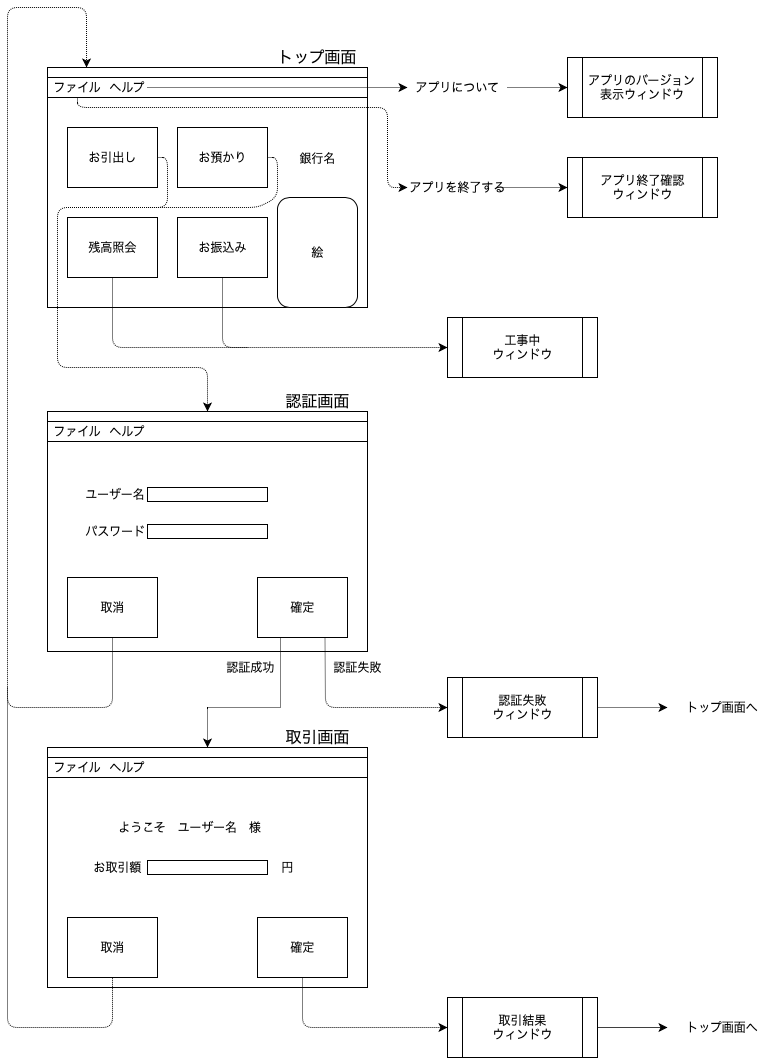
Earlier version of the draw.io export screen_design.png (YusukeWat/intern-winter-2019). Source tidied: cells renumbered, new cells last; positions are measured from the earlier drawing's top-left corner, leaving out a move shared by most shapes. Source of this version:
```xml
<mxGraphModel>
  <root>
    <mxCell id="0" />
    <mxCell id="1" parent="0" />
    <mxCell id="2" style="group;" parent="1" vertex="1">
      <mxGeometry x="40" y="60" width="350" height="240" as="geometry" />
    </mxCell>
    <mxCell id="3" style="group;" parent="2" vertex="1">
      <mxGeometry width="350" height="240" as="geometry" />
    </mxCell>
    <mxCell id="4" style="rounded=0;whiteSpace=wrap;html=1;" parent="3" vertex="1">
      <mxGeometry width="320" height="240" as="geometry" />
    </mxCell>
    <mxCell id="5" style="rounded=0;whiteSpace=wrap;html=1;" parent="3" vertex="1">
      <mxGeometry width="320" height="10" as="geometry" />
    </mxCell>
    <mxCell id="6" style="rounded=0;whiteSpace=wrap;html=1;" parent="3" vertex="1">
      <mxGeometry y="10" width="320" height="20" as="geometry" />
    </mxCell>
    <mxCell id="7" value="お預かり" style="rounded=0;whiteSpace=wrap;html=1;" parent="3" vertex="1">
      <mxGeometry x="130" y="60" width="90" height="60" as="geometry" />
    </mxCell>
    <mxCell id="8" value="お振込み" style="rounded=0;whiteSpace=wrap;html=1;" parent="3" vertex="1">
      <mxGeometry x="130" y="150" width="90" height="60" as="geometry" />
    </mxCell>
    <mxCell id="9" value="絵" style="rounded=1;whiteSpace=wrap;html=1;" parent="3" vertex="1">
      <mxGeometry x="230" y="130" width="80" height="110" as="geometry" />
    </mxCell>
    <mxCell id="10" value="銀行名" style="text;html=1;strokeColor=none;fillColor=none;align=center;verticalAlign=middle;whiteSpace=wrap;rounded=0;" parent="3" vertex="1">
      <mxGeometry x="250" y="81" width="40" height="20" as="geometry" />
    </mxCell>
    <mxCell id="11" value="ファイル" style="text;html=1;strokeColor=none;fillColor=none;align=center;verticalAlign=middle;whiteSpace=wrap;rounded=0;" parent="2" vertex="1">
      <mxGeometry y="10" width="60" height="20" as="geometry" />
    </mxCell>
    <mxCell id="12" value="ヘルプ" style="text;html=1;strokeColor=none;fillColor=none;align=center;verticalAlign=middle;whiteSpace=wrap;rounded=0;" parent="2" vertex="1">
      <mxGeometry x="60" y="10" width="40" height="20" as="geometry" />
    </mxCell>
    <mxCell id="13" value="お引出し" style="rounded=0;whiteSpace=wrap;html=1;" parent="1" vertex="1">
      <mxGeometry x="60" y="120" width="90" height="60" as="geometry" />
    </mxCell>
    <mxCell id="14" value="残高照会" style="rounded=0;whiteSpace=wrap;html=1;" parent="1" vertex="1">
      <mxGeometry x="60" y="210" width="90" height="60" as="geometry" />
    </mxCell>
    <mxCell id="15" style="group;" parent="1" vertex="1">
      <mxGeometry x="40" y="404" width="320" height="240" as="geometry" />
    </mxCell>
    <mxCell id="16" style="group;" parent="15" vertex="1">
      <mxGeometry width="320" height="240" as="geometry" />
    </mxCell>
    <mxCell id="17" style="rounded=0;whiteSpace=wrap;html=1;" parent="16" vertex="1">
      <mxGeometry width="320" height="240" as="geometry" />
    </mxCell>
    <mxCell id="18" style="rounded=0;whiteSpace=wrap;html=1;" parent="16" vertex="1">
      <mxGeometry width="320" height="10" as="geometry" />
    </mxCell>
    <mxCell id="19" style="rounded=0;whiteSpace=wrap;html=1;" parent="16" vertex="1">
      <mxGeometry y="10" width="320" height="20" as="geometry" />
    </mxCell>
    <mxCell id="20" style="rounded=0;whiteSpace=wrap;html=1;" parent="16" vertex="1">
      <mxGeometry x="100" y="76" width="120" height="14" as="geometry" />
    </mxCell>
    <mxCell id="21" style="rounded=0;whiteSpace=wrap;html=1;" parent="16" vertex="1">
      <mxGeometry x="100" y="113" width="120" height="14" as="geometry" />
    </mxCell>
    <mxCell id="22" value="取消" style="rounded=0;whiteSpace=wrap;html=1;" parent="16" vertex="1">
      <mxGeometry x="20" y="166" width="90" height="60" as="geometry" />
    </mxCell>
    <mxCell id="23" value="確定" style="rounded=0;whiteSpace=wrap;html=1;" parent="16" vertex="1">
      <mxGeometry x="210" y="166" width="90" height="60" as="geometry" />
    </mxCell>
    <mxCell id="24" value="ユーザー名" style="text;html=1;strokeColor=none;fillColor=none;align=center;verticalAlign=middle;whiteSpace=wrap;rounded=0;" parent="16" vertex="1">
      <mxGeometry x="35" y="73" width="65" height="20" as="geometry" />
    </mxCell>
    <mxCell id="25" value="パスワード" style="text;html=1;strokeColor=none;fillColor=none;align=center;verticalAlign=middle;whiteSpace=wrap;rounded=0;" parent="16" vertex="1">
      <mxGeometry x="32.5" y="110" width="70" height="20" as="geometry" />
    </mxCell>
    <mxCell id="26" value="ファイル" style="text;html=1;strokeColor=none;fillColor=none;align=center;verticalAlign=middle;whiteSpace=wrap;rounded=0;" parent="15" vertex="1">
      <mxGeometry y="10" width="60" height="20" as="geometry" />
    </mxCell>
    <mxCell id="27" value="ヘルプ" style="text;html=1;strokeColor=none;fillColor=none;align=center;verticalAlign=middle;whiteSpace=wrap;rounded=0;" parent="15" vertex="1">
      <mxGeometry x="60" y="10" width="40" height="20" as="geometry" />
    </mxCell>
    <mxCell id="28" style="group;" parent="1" vertex="1">
      <mxGeometry x="40" y="740" width="390" height="240" as="geometry" />
    </mxCell>
    <mxCell id="29" style="group;" parent="28" vertex="1">
      <mxGeometry width="390" height="240" as="geometry" />
    </mxCell>
    <mxCell id="30" style="rounded=0;whiteSpace=wrap;html=1;" parent="29" vertex="1">
      <mxGeometry width="320" height="240" as="geometry" />
    </mxCell>
    <mxCell id="31" style="rounded=0;whiteSpace=wrap;html=1;" parent="29" vertex="1">
      <mxGeometry width="320" height="10" as="geometry" />
    </mxCell>
    <mxCell id="32" style="rounded=0;whiteSpace=wrap;html=1;" parent="29" vertex="1">
      <mxGeometry y="10" width="320" height="20" as="geometry" />
    </mxCell>
    <mxCell id="33" value="ようこそ　ユーザー名　様" style="text;html=1;strokeColor=none;fillColor=none;align=center;verticalAlign=middle;whiteSpace=wrap;rounded=0;" parent="29" vertex="1">
      <mxGeometry x="40" y="70" width="205" height="20" as="geometry" />
    </mxCell>
    <mxCell id="34" style="rounded=0;whiteSpace=wrap;html=1;" parent="29" vertex="1">
      <mxGeometry x="100" y="113" width="120" height="14" as="geometry" />
    </mxCell>
    <mxCell id="35" value="お取引額" style="text;html=1;strokeColor=none;fillColor=none;align=center;verticalAlign=middle;whiteSpace=wrap;rounded=0;" parent="29" vertex="1">
      <mxGeometry x="40" y="110" width="60" height="20" as="geometry" />
    </mxCell>
    <mxCell id="36" value="円" style="text;html=1;strokeColor=none;fillColor=none;align=center;verticalAlign=middle;whiteSpace=wrap;rounded=0;" parent="29" vertex="1">
      <mxGeometry x="220" y="110" width="40" height="20" as="geometry" />
    </mxCell>
    <mxCell id="37" value="取消" style="rounded=0;whiteSpace=wrap;html=1;" parent="29" vertex="1">
      <mxGeometry x="20" y="170" width="90" height="60" as="geometry" />
    </mxCell>
    <mxCell id="38" value="確定" style="rounded=0;whiteSpace=wrap;html=1;" parent="29" vertex="1">
      <mxGeometry x="210" y="170" width="90" height="60" as="geometry" />
    </mxCell>
    <mxCell id="39" value="ファイル" style="text;html=1;strokeColor=none;fillColor=none;align=center;verticalAlign=middle;whiteSpace=wrap;rounded=0;" parent="28" vertex="1">
      <mxGeometry y="10" width="60" height="20" as="geometry" />
    </mxCell>
    <mxCell id="40" value="ヘルプ" style="text;html=1;strokeColor=none;fillColor=none;align=center;verticalAlign=middle;whiteSpace=wrap;rounded=0;" parent="28" vertex="1">
      <mxGeometry x="60" y="10" width="40" height="20" as="geometry" />
    </mxCell>
    <mxCell id="41" style="endArrow=classic;html=1;exitX=1;exitY=0.5;exitDx=0;exitDy=0;entryX=0.5;entryY=0;entryDx=0;entryDy=0;dashed=1;dashPattern=1 1;" parent="1" edge="1" source="13" target="18">
      <mxGeometry relative="1" as="geometry">
        <Array as="points">
          <mxPoint x="160" y="150" />
          <mxPoint x="160" y="200" />
          <mxPoint x="50" y="200" />
          <mxPoint x="50" y="360" />
          <mxPoint x="200" y="360" />
        </Array>
      </mxGeometry>
    </mxCell>
    <mxCell id="42" style="endArrow=none;html=1;exitX=1;exitY=0.5;exitDx=0;exitDy=0;dashed=1;dashPattern=1 1;" parent="1" edge="1" source="7">
      <mxGeometry relative="1" as="geometry">
        <mxPoint x="140" y="200" as="targetPoint" />
        <Array as="points">
          <mxPoint x="270" y="150" />
          <mxPoint x="270" y="190" />
          <mxPoint x="250" y="200" />
        </Array>
      </mxGeometry>
    </mxCell>
    <mxCell id="43" style="endArrow=classic;html=1;exitX=0.5;exitY=1;exitDx=0;exitDy=0;dashed=1;dashPattern=1 1;entryX=0;entryY=0.5;entryDx=0;entryDy=0;" parent="1" edge="1" source="8" target="45">
      <mxGeometry relative="1" as="geometry">
        <Array as="points">
          <mxPoint x="215" y="340" />
        </Array>
      </mxGeometry>
    </mxCell>
    <mxCell id="44" style="endArrow=none;html=1;exitX=0.5;exitY=1;exitDx=0;exitDy=0;dashed=1;dashPattern=1 1;" parent="1" edge="1" source="14">
      <mxGeometry relative="1" as="geometry">
        <mxPoint x="240" y="340" as="targetPoint" />
        <Array as="points">
          <mxPoint x="105" y="340" />
        </Array>
      </mxGeometry>
    </mxCell>
    <mxCell id="45" value="工事中&lt;br&gt;ウィンドウ" style="shape=process;whiteSpace=wrap;html=1;backgroundOutline=1;" parent="1" vertex="1">
      <mxGeometry x="440" y="310" width="150" height="60" as="geometry" />
    </mxCell>
    <mxCell id="46" style="edgeStyle=orthogonalEdgeStyle;rounded=0;jettySize=auto;html=1;exitX=0.25;exitY=1;exitDx=0;exitDy=0;entryX=0.5;entryY=0;entryDx=0;entryDy=0;dashed=1;dashPattern=1 1;" parent="1" edge="1" source="23" target="31">
      <mxGeometry relative="1" as="geometry">
        <Array as="points">
          <mxPoint x="273" y="700" />
          <mxPoint x="200" y="700" />
        </Array>
      </mxGeometry>
    </mxCell>
    <mxCell id="47" value="認証失敗&lt;br&gt;ウィンドウ" style="shape=process;whiteSpace=wrap;html=1;backgroundOutline=1;" parent="1" vertex="1">
      <mxGeometry x="440" y="670" width="150" height="60" as="geometry" />
    </mxCell>
    <mxCell id="48" value="認証失敗" style="text;html=1;strokeColor=none;fillColor=none;align=center;verticalAlign=middle;whiteSpace=wrap;rounded=0;" parent="1" vertex="1">
      <mxGeometry x="320" y="650" width="60" height="20" as="geometry" />
    </mxCell>
    <mxCell id="49" value="認証成功" style="text;html=1;strokeColor=none;fillColor=none;align=center;verticalAlign=middle;whiteSpace=wrap;rounded=0;" parent="1" vertex="1">
      <mxGeometry x="210" y="650" width="65" height="20" as="geometry" />
    </mxCell>
    <mxCell id="50" style="endArrow=classic;html=1;dashed=1;dashPattern=1 1;exitX=0.5;exitY=1;exitDx=0;exitDy=0;entryX=0.122;entryY=0;entryDx=0;entryDy=0;entryPerimeter=0;" parent="1" edge="1" source="22" target="5">
      <mxGeometry relative="1" as="geometry">
        <Array as="points">
          <mxPoint x="105" y="700" />
          <mxPoint y="700" />
          <mxPoint />
          <mxPoint x="79" />
        </Array>
      </mxGeometry>
    </mxCell>
    <mxCell id="51" style="endArrow=none;dashed=1;html=1;dashPattern=1 1;entryX=0.5;entryY=1;entryDx=0;entryDy=0;" parent="1" edge="1" target="37">
      <mxGeometry relative="1" as="geometry">
        <mxPoint y="680" as="sourcePoint" />
        <Array as="points">
          <mxPoint y="1020" />
          <mxPoint x="105" y="1020" />
        </Array>
      </mxGeometry>
    </mxCell>
    <mxCell id="52" style="endArrow=classic;html=1;dashed=1;dashPattern=1 1;exitX=0.75;exitY=1;exitDx=0;exitDy=0;entryX=0;entryY=0.5;entryDx=0;entryDy=0;" parent="1" edge="1" source="23" target="47">
      <mxGeometry relative="1" as="geometry">
        <Array as="points">
          <mxPoint x="318" y="700" />
        </Array>
      </mxGeometry>
    </mxCell>
    <mxCell id="53" style="endArrow=classic;html=1;dashed=1;dashPattern=1 1;exitX=1;exitY=0.5;exitDx=0;exitDy=0;" parent="1" edge="1" source="47" target="54">
      <mxGeometry relative="1" as="geometry" />
    </mxCell>
    <mxCell id="54" value="トップ画面へ" style="text;html=1;strokeColor=none;fillColor=none;align=center;verticalAlign=middle;whiteSpace=wrap;rounded=0;" parent="1" vertex="1">
      <mxGeometry x="660" y="690" width="110" height="20" as="geometry" />
    </mxCell>
    <mxCell id="55" style="endArrow=classic;html=1;dashed=1;dashPattern=1 1;exitX=0.5;exitY=1;exitDx=0;exitDy=0;entryX=0;entryY=0.5;entryDx=0;entryDy=0;" parent="1" edge="1" source="38" target="56">
      <mxGeometry relative="1" as="geometry">
        <Array as="points">
          <mxPoint x="295" y="1020" />
        </Array>
      </mxGeometry>
    </mxCell>
    <mxCell id="56" value="取引結果&lt;br&gt;ウィンドウ" style="shape=process;whiteSpace=wrap;html=1;backgroundOutline=1;" parent="1" vertex="1">
      <mxGeometry x="440" y="990" width="150" height="60" as="geometry" />
    </mxCell>
    <mxCell id="57" style="endArrow=classic;html=1;dashed=1;dashPattern=1 1;exitX=1;exitY=0.5;exitDx=0;exitDy=0;" parent="1" edge="1" source="56" target="58">
      <mxGeometry relative="1" as="geometry" />
    </mxCell>
    <mxCell id="58" value="トップ画面へ" style="text;html=1;strokeColor=none;fillColor=none;align=center;verticalAlign=middle;whiteSpace=wrap;rounded=0;" parent="1" vertex="1">
      <mxGeometry x="660" y="1010" width="110" height="20" as="geometry" />
    </mxCell>
    <mxCell id="59" value="トップ画面" style="text;html=1;strokeColor=none;fillColor=none;align=center;verticalAlign=middle;whiteSpace=wrap;rounded=0;fontSize=16;" parent="1" vertex="1">
      <mxGeometry x="260" y="40" width="100" height="20" as="geometry" />
    </mxCell>
    <mxCell id="60" value="認証画面" style="text;html=1;strokeColor=none;fillColor=none;align=center;verticalAlign=middle;whiteSpace=wrap;rounded=0;fontSize=16;" parent="1" vertex="1">
      <mxGeometry x="260" y="384" width="100" height="20" as="geometry" />
    </mxCell>
    <mxCell id="61" value="取引画面" style="text;html=1;strokeColor=none;fillColor=none;align=center;verticalAlign=middle;whiteSpace=wrap;rounded=0;fontSize=16;" parent="1" vertex="1">
      <mxGeometry x="260" y="720" width="100" height="20" as="geometry" />
    </mxCell>
    <mxCell id="62" style="endArrow=classic;html=1;dashed=1;dashPattern=1 1;fontSize=16;exitX=1;exitY=0.5;exitDx=0;exitDy=0;entryX=0;entryY=0.5;entryDx=0;entryDy=0;" parent="1" edge="1" source="12" target="65">
      <mxGeometry relative="1" as="geometry" />
    </mxCell>
    <mxCell id="63" style="endArrow=classic;html=1;dashed=1;dashPattern=1 1;fontSize=16;exitX=0.5;exitY=1;exitDx=0;exitDy=0;entryX=0;entryY=0.5;entryDx=0;entryDy=0;" parent="1" edge="1" source="11" target="67">
      <mxGeometry relative="1" as="geometry">
        <Array as="points">
          <mxPoint x="70" y="100" />
          <mxPoint x="380" y="100" />
          <mxPoint x="380" y="180" />
        </Array>
      </mxGeometry>
    </mxCell>
    <mxCell id="64" value="アプリのバージョン表示ウィンドウ" style="shape=process;whiteSpace=wrap;html=1;backgroundOutline=1;" parent="1" vertex="1">
      <mxGeometry x="560" y="50" width="150" height="60" as="geometry" />
    </mxCell>
    <mxCell id="65" value="アプリについて" style="text;html=1;strokeColor=none;fillColor=none;align=center;verticalAlign=middle;whiteSpace=wrap;rounded=0;fontSize=12;" parent="1" vertex="1">
      <mxGeometry x="400" y="70" width="100" height="20" as="geometry" />
    </mxCell>
    <mxCell id="66" style="endArrow=classic;html=1;dashed=1;dashPattern=1 1;fontSize=12;exitX=1;exitY=0.5;exitDx=0;exitDy=0;entryX=0;entryY=0.5;entryDx=0;entryDy=0;" parent="1" edge="1" source="65" target="64">
      <mxGeometry relative="1" as="geometry" />
    </mxCell>
    <mxCell id="67" value="アプリを終了する" style="text;html=1;strokeColor=none;fillColor=none;align=center;verticalAlign=middle;whiteSpace=wrap;rounded=0;fontSize=12;" parent="1" vertex="1">
      <mxGeometry x="400" y="170" width="100" height="20" as="geometry" />
    </mxCell>
    <mxCell id="68" value="アプリ終了確認&lt;br&gt;ウィンドウ" style="shape=process;whiteSpace=wrap;html=1;backgroundOutline=1;" parent="1" vertex="1">
      <mxGeometry x="560" y="150" width="150" height="60" as="geometry" />
    </mxCell>
    <mxCell id="69" style="endArrow=classic;html=1;dashed=1;dashPattern=1 1;fontSize=12;exitX=1;exitY=0.5;exitDx=0;exitDy=0;entryX=0;entryY=0.5;entryDx=0;entryDy=0;" parent="1" edge="1" target="68">
      <mxGeometry relative="1" as="geometry">
        <mxPoint x="490" y="180" as="sourcePoint" />
      </mxGeometry>
    </mxCell>
  </root>
</mxGraphModel>
```
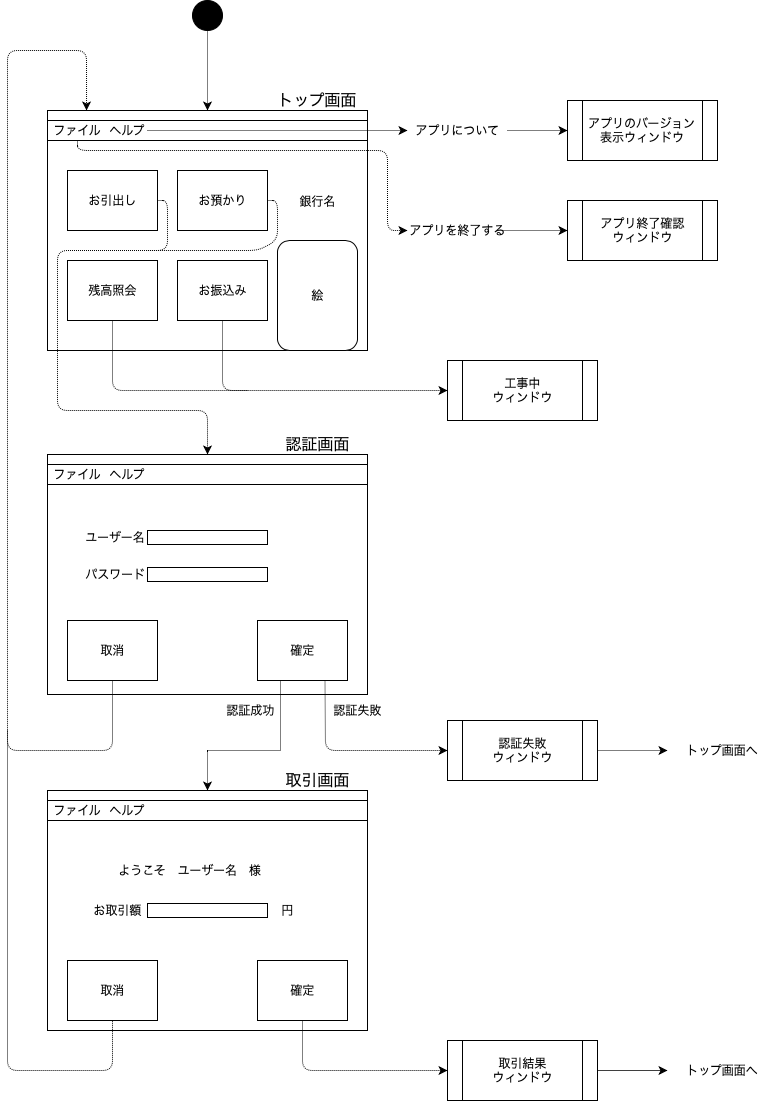
The same diagram one commit later.

Commit message:
画面設計図を微妙に修正

The edit, as a diff of the source:
```diff
@@ -264,5 +264,11 @@
         <mxPoint x="490" y="180" as="sourcePoint" />
       </mxGeometry>
     </mxCell>
+    <mxCell id="70" style="ellipse;whiteSpace=wrap;html=1;fillColor=#000000;" parent="1" vertex="1">
+      <mxGeometry x="185" y="-50" width="30" height="30" as="geometry" />
+    </mxCell>
+    <mxCell id="71" style="endArrow=classic;html=1;dashed=1;dashPattern=1 1;exitX=0.5;exitY=1;exitDx=0;exitDy=0;entryX=0.5;entryY=0;entryDx=0;entryDy=0;" parent="1" edge="1" source="70" target="5">
+      <mxGeometry relative="1" as="geometry" />
+    </mxCell>
   </root>
 </mxGraphModel>
```
